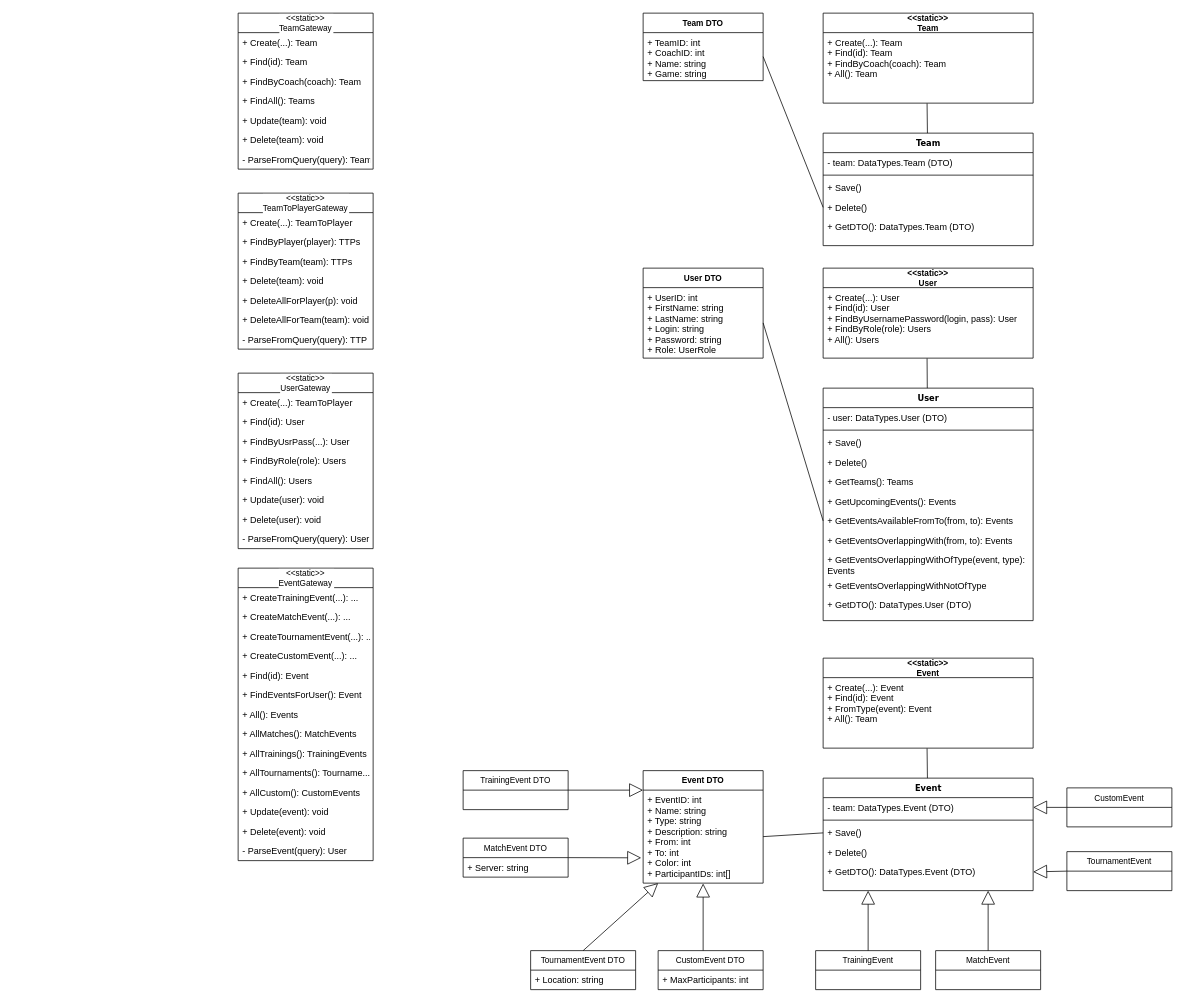
Before: ClassDiagram.drawio in dminikm/EsportsIS, a draw.io diagram. Source tidied: cells renumbered, new cells numbered last; positions are measured from the earlier drawing's top-left corner, leaving out a move shared by most shapes. Both pictures are drawn from the tidied source at 75%, with x=0, y=0 at pixel (238, 13).
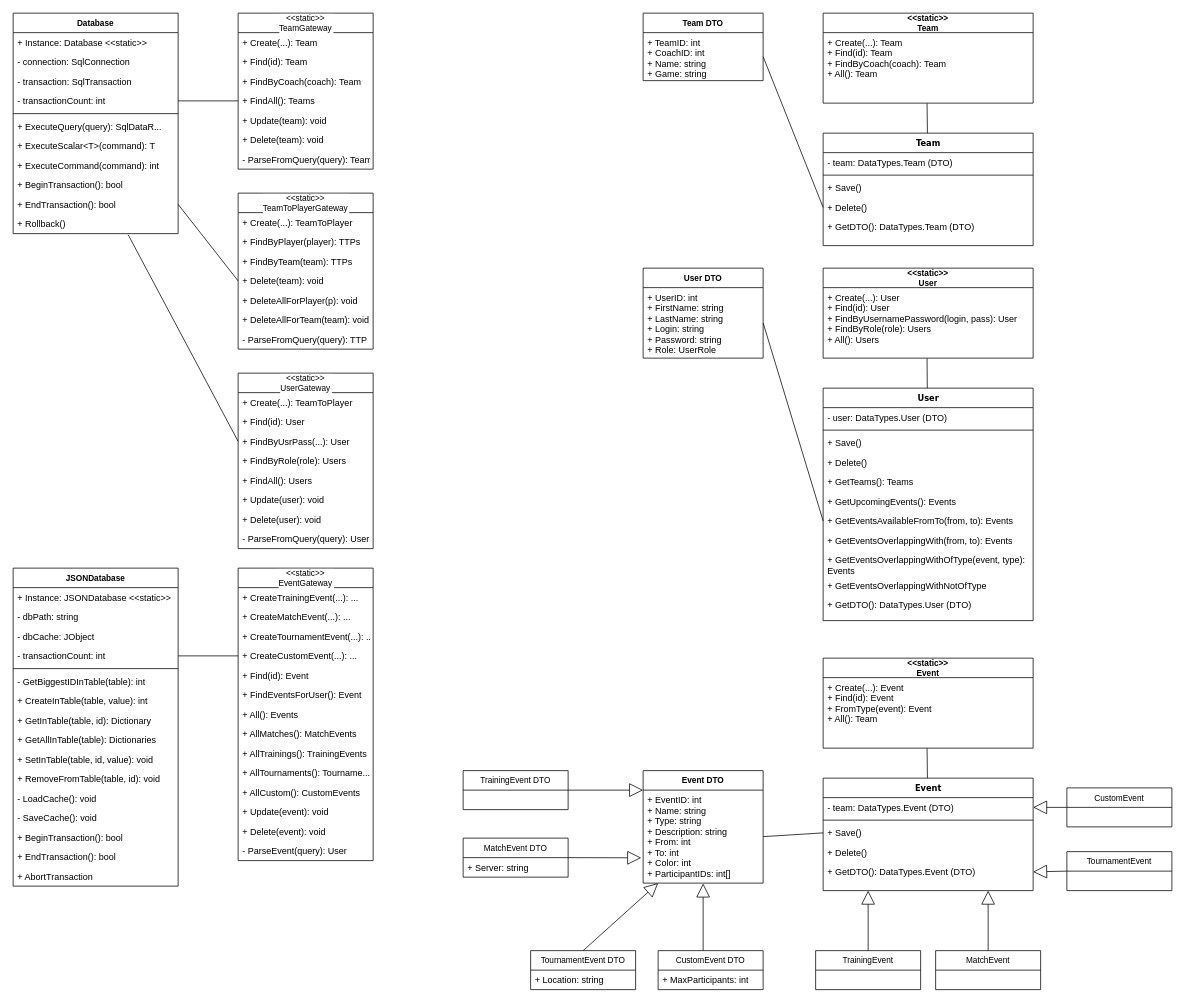
After the change.

The change refers to these unchanged cells:
```xml
<mxCell id="67" value="+ FindAll(): Teams&#10;" style="text;strokeColor=none;fillColor=none;align=left;verticalAlign=top;spacingLeft=4;spacingRight=4;overflow=hidden;points=[[0,0.5],[1,0.5]];portConstraint=eastwest;" parent="63" vertex="1">
  <mxGeometry y="104" width="180" height="26" as="geometry" />
</mxCell>
<mxCell id="75" value="+ Delete(team): void&#10;" style="text;strokeColor=none;fillColor=none;align=left;verticalAlign=top;spacingLeft=4;spacingRight=4;overflow=hidden;points=[[0,0.5],[1,0.5]];portConstraint=eastwest;" parent="71" vertex="1">
  <mxGeometry y="104" width="180" height="26" as="geometry" />
</mxCell>
<mxCell id="82" value="+ FindByUsrPass(...): User" style="text;strokeColor=none;fillColor=none;align=left;verticalAlign=top;spacingLeft=4;spacingRight=4;overflow=hidden;points=[[0,0.5],[1,0.5]];portConstraint=eastwest;" parent="79" vertex="1">
  <mxGeometry y="78" width="180" height="26" as="geometry" />
</mxCell>
<mxCell id="92" value="+ CreateCustomEvent(...): ..." style="text;strokeColor=none;fillColor=none;align=left;verticalAlign=top;spacingLeft=4;spacingRight=4;overflow=hidden;points=[[0,0.5],[1,0.5]];portConstraint=eastwest;" parent="88" vertex="1">
  <mxGeometry y="104" width="180" height="26" as="geometry" />
</mxCell>
```

Diff of the diagram source:
```diff
@@
+    <mxCell id="103" value="Database" style="swimlane;fontStyle=1;align=center;verticalAlign=top;horizontal=1;startSize=26;labelBackgroundColor=#ffffff;fontSize=11;fontColor=none;" parent="1" vertex="1">
+      <mxGeometry x="-300" width="220" height="294" as="geometry" />
+    </mxCell>
+    <mxCell id="104" value="+ Instance: Database &lt;&lt;static&gt;&gt;" style="text;strokeColor=none;fillColor=none;align=left;verticalAlign=top;spacingLeft=4;spacingRight=4;overflow=hidden;" parent="103" vertex="1">
+      <mxGeometry y="26" width="220" height="26" as="geometry" />
+    </mxCell>
+    <mxCell id="105" value="- connection: SqlConnection" style="text;strokeColor=none;fillColor=none;align=left;verticalAlign=top;spacingLeft=4;spacingRight=4;overflow=hidden;" parent="103" vertex="1">
+      <mxGeometry y="52" width="220" height="26" as="geometry" />
+    </mxCell>
+    <mxCell id="106" value="- transaction: SqlTransaction" style="text;strokeColor=none;fillColor=none;align=left;verticalAlign=top;spacingLeft=4;spacingRight=4;overflow=hidden;" parent="103" vertex="1">
+      <mxGeometry y="78" width="220" height="26" as="geometry" />
+    </mxCell>
+    <mxCell id="107" value="- transactionCount: int" style="text;strokeColor=none;fillColor=none;align=left;verticalAlign=top;spacingLeft=4;spacingRight=4;overflow=hidden;points=[[0,0.5],[1,0.5]];portConstraint=eastwest;" parent="103" vertex="1">
+      <mxGeometry y="104" width="220" height="26" as="geometry" />
+    </mxCell>
+    <mxCell id="108" style="line;strokeWidth=1;fillColor=none;align=left;verticalAlign=middle;spacingTop=-1;spacingLeft=3;spacingRight=3;labelPosition=right;" parent="103" vertex="1">
+      <mxGeometry y="130" width="220" height="8" as="geometry" />
+    </mxCell>
+    <mxCell id="109" value="+ ExecuteQuery(query): SqlDataR...&#10;" style="text;strokeColor=none;fillColor=none;align=left;verticalAlign=top;spacingLeft=4;spacingRight=4;overflow=hidden;" parent="103" vertex="1">
+      <mxGeometry y="138" width="220" height="26" as="geometry" />
+    </mxCell>
+    <mxCell id="110" value="+ ExecuteScalar&lt;T&gt;(command): T" style="text;strokeColor=none;fillColor=none;align=left;verticalAlign=top;spacingLeft=4;spacingRight=4;overflow=hidden;" parent="103" vertex="1">
+      <mxGeometry y="164" width="220" height="26" as="geometry" />
+    </mxCell>
+    <mxCell id="111" value="+ ExecuteCommand(command): int" style="text;strokeColor=none;fillColor=none;align=left;verticalAlign=top;spacingLeft=4;spacingRight=4;overflow=hidden;" parent="103" vertex="1">
+      <mxGeometry y="190" width="220" height="26" as="geometry" />
+    </mxCell>
+    <mxCell id="112" value="+ BeginTransaction(): bool" style="text;strokeColor=none;fillColor=none;align=left;verticalAlign=top;spacingLeft=4;spacingRight=4;overflow=hidden;" parent="103" vertex="1">
+      <mxGeometry y="216" width="220" height="26" as="geometry" />
+    </mxCell>
+    <mxCell id="113" value="+ EndTransaction(): bool" style="text;strokeColor=none;fillColor=none;align=left;verticalAlign=top;spacingLeft=4;spacingRight=4;overflow=hidden;points=[[0,0.5],[1,0.5]];portConstraint=eastwest;" parent="103" vertex="1">
+      <mxGeometry y="242" width="220" height="26" as="geometry" />
+    </mxCell>
+    <mxCell id="114" value="+ Rollback()" style="text;strokeColor=none;fillColor=none;align=left;verticalAlign=top;spacingLeft=4;spacingRight=4;overflow=hidden;points=[[0,0.5],[1,0.5]];portConstraint=eastwest;" parent="103" vertex="1">
+      <mxGeometry y="268" width="220" height="26" as="geometry" />
+    </mxCell>
+    <mxCell id="115" value="JSONDatabase" style="swimlane;fontStyle=1;align=center;verticalAlign=top;horizontal=1;startSize=26;labelBackgroundColor=#ffffff;fontSize=11;fontColor=none;" parent="1" vertex="1">
+      <mxGeometry x="-300" y="740" width="220" height="424" as="geometry" />
+    </mxCell>
+    <mxCell id="116" value="+ Instance: JSONDatabase &lt;&lt;static&gt;&gt;" style="text;strokeColor=none;fillColor=none;align=left;verticalAlign=top;spacingLeft=4;spacingRight=4;overflow=hidden;" parent="115" vertex="1">
+      <mxGeometry y="26" width="220" height="26" as="geometry" />
+    </mxCell>
+    <mxCell id="117" value="- dbPath: string" style="text;strokeColor=none;fillColor=none;align=left;verticalAlign=top;spacingLeft=4;spacingRight=4;overflow=hidden;" parent="115" vertex="1">
+      <mxGeometry y="52" width="220" height="26" as="geometry" />
+    </mxCell>
+    <mxCell id="118" value="- dbCache: JObject" style="text;strokeColor=none;fillColor=none;align=left;verticalAlign=top;spacingLeft=4;spacingRight=4;overflow=hidden;" parent="115" vertex="1">
+      <mxGeometry y="78" width="220" height="26" as="geometry" />
+    </mxCell>
+    <mxCell id="119" value="- transactionCount: int" style="text;strokeColor=none;fillColor=none;align=left;verticalAlign=top;spacingLeft=4;spacingRight=4;overflow=hidden;points=[[0,0.5],[1,0.5]];portConstraint=eastwest;" parent="115" vertex="1">
+      <mxGeometry y="104" width="220" height="26" as="geometry" />
+    </mxCell>
+    <mxCell id="120" style="line;strokeWidth=1;fillColor=none;align=left;verticalAlign=middle;spacingTop=-1;spacingLeft=3;spacingRight=3;labelPosition=right;" parent="115" vertex="1">
+      <mxGeometry y="130" width="220" height="8" as="geometry" />
+    </mxCell>
+    <mxCell id="121" value="- GetBiggestIDInTable(table): int" style="text;strokeColor=none;fillColor=none;align=left;verticalAlign=top;spacingLeft=4;spacingRight=4;overflow=hidden;" parent="115" vertex="1">
+      <mxGeometry y="138" width="220" height="26" as="geometry" />
+    </mxCell>
+    <mxCell id="122" value="+ CreateInTable(table, value): int" style="text;strokeColor=none;fillColor=none;align=left;verticalAlign=top;spacingLeft=4;spacingRight=4;overflow=hidden;" parent="115" vertex="1">
+      <mxGeometry y="164" width="220" height="26" as="geometry" />
+    </mxCell>
+    <mxCell id="123" value="+ GetInTable(table, id): Dictionary" style="text;strokeColor=none;fillColor=none;align=left;verticalAlign=top;spacingLeft=4;spacingRight=4;overflow=hidden;" parent="115" vertex="1">
+      <mxGeometry y="190" width="220" height="26" as="geometry" />
+    </mxCell>
+    <mxCell id="124" value="+ GetAllInTable(table): Dictionaries" style="text;strokeColor=none;fillColor=none;align=left;verticalAlign=top;spacingLeft=4;spacingRight=4;overflow=hidden;" parent="115" vertex="1">
+      <mxGeometry y="216" width="220" height="26" as="geometry" />
+    </mxCell>
+    <mxCell id="125" value="+ SetInTable(table, id, value): void" style="text;strokeColor=none;fillColor=none;align=left;verticalAlign=top;spacingLeft=4;spacingRight=4;overflow=hidden;" parent="115" vertex="1">
+      <mxGeometry y="242" width="220" height="26" as="geometry" />
+    </mxCell>
+    <mxCell id="126" value="+ RemoveFromTable(table, id): void" style="text;strokeColor=none;fillColor=none;align=left;verticalAlign=top;spacingLeft=4;spacingRight=4;overflow=hidden;" parent="115" vertex="1">
+      <mxGeometry y="268" width="220" height="26" as="geometry" />
+    </mxCell>
+    <mxCell id="127" value="- LoadCache(): void" style="text;strokeColor=none;fillColor=none;align=left;verticalAlign=top;spacingLeft=4;spacingRight=4;overflow=hidden;" parent="115" vertex="1">
+      <mxGeometry y="294" width="220" height="26" as="geometry" />
+    </mxCell>
+    <mxCell id="128" value="- SaveCache(): void" style="text;strokeColor=none;fillColor=none;align=left;verticalAlign=top;spacingLeft=4;spacingRight=4;overflow=hidden;" parent="115" vertex="1">
+      <mxGeometry y="320" width="220" height="26" as="geometry" />
+    </mxCell>
+    <mxCell id="129" value="+ BeginTransaction(): bool" style="text;strokeColor=none;fillColor=none;align=left;verticalAlign=top;spacingLeft=4;spacingRight=4;overflow=hidden;" parent="115" vertex="1">
+      <mxGeometry y="346" width="220" height="26" as="geometry" />
+    </mxCell>
+    <mxCell id="130" value="+ EndTransaction(): bool" style="text;strokeColor=none;fillColor=none;align=left;verticalAlign=top;spacingLeft=4;spacingRight=4;overflow=hidden;" parent="115" vertex="1">
+      <mxGeometry y="372" width="220" height="26" as="geometry" />
+    </mxCell>
+    <mxCell id="131" value="+ AbortTransaction" style="text;strokeColor=none;fillColor=none;align=left;verticalAlign=top;spacingLeft=4;spacingRight=4;overflow=hidden;" parent="115" vertex="1">
+      <mxGeometry y="398" width="220" height="26" as="geometry" />
+    </mxCell>
+    <mxCell id="132" style="endArrow=none;html=1;labelBackgroundColor=none;fontSize=11;fontColor=none;entryX=0;entryY=0.5;entryDx=0;entryDy=0;exitX=1;exitY=0.5;exitDx=0;exitDy=0;" parent="1" edge="1" source="107" target="67">
+      <mxGeometry relative="1" as="geometry" />
+    </mxCell>
+    <mxCell id="133" style="endArrow=none;html=1;labelBackgroundColor=none;fontSize=11;fontColor=none;entryX=0;entryY=0.5;entryDx=0;entryDy=0;exitX=1;exitY=0.5;exitDx=0;exitDy=0;" parent="1" edge="1" source="113" target="75">
+      <mxGeometry relative="1" as="geometry" />
+    </mxCell>
+    <mxCell id="134" style="endArrow=none;html=1;labelBackgroundColor=none;fontSize=11;fontColor=none;entryX=0;entryY=0.5;entryDx=0;entryDy=0;exitX=0.697;exitY=1.051;exitDx=0;exitDy=0;exitPerimeter=0;" parent="1" edge="1" source="114" target="82">
+      <mxGeometry relative="1" as="geometry" />
+    </mxCell>
+    <mxCell id="135" style="endArrow=none;html=1;labelBackgroundColor=none;fontSize=11;fontColor=none;entryX=0;entryY=0.5;entryDx=0;entryDy=0;exitX=1;exitY=0.5;exitDx=0;exitDy=0;" parent="1" edge="1" source="119" target="92">
+      <mxGeometry relative="1" as="geometry" />
+    </mxCell>
```
